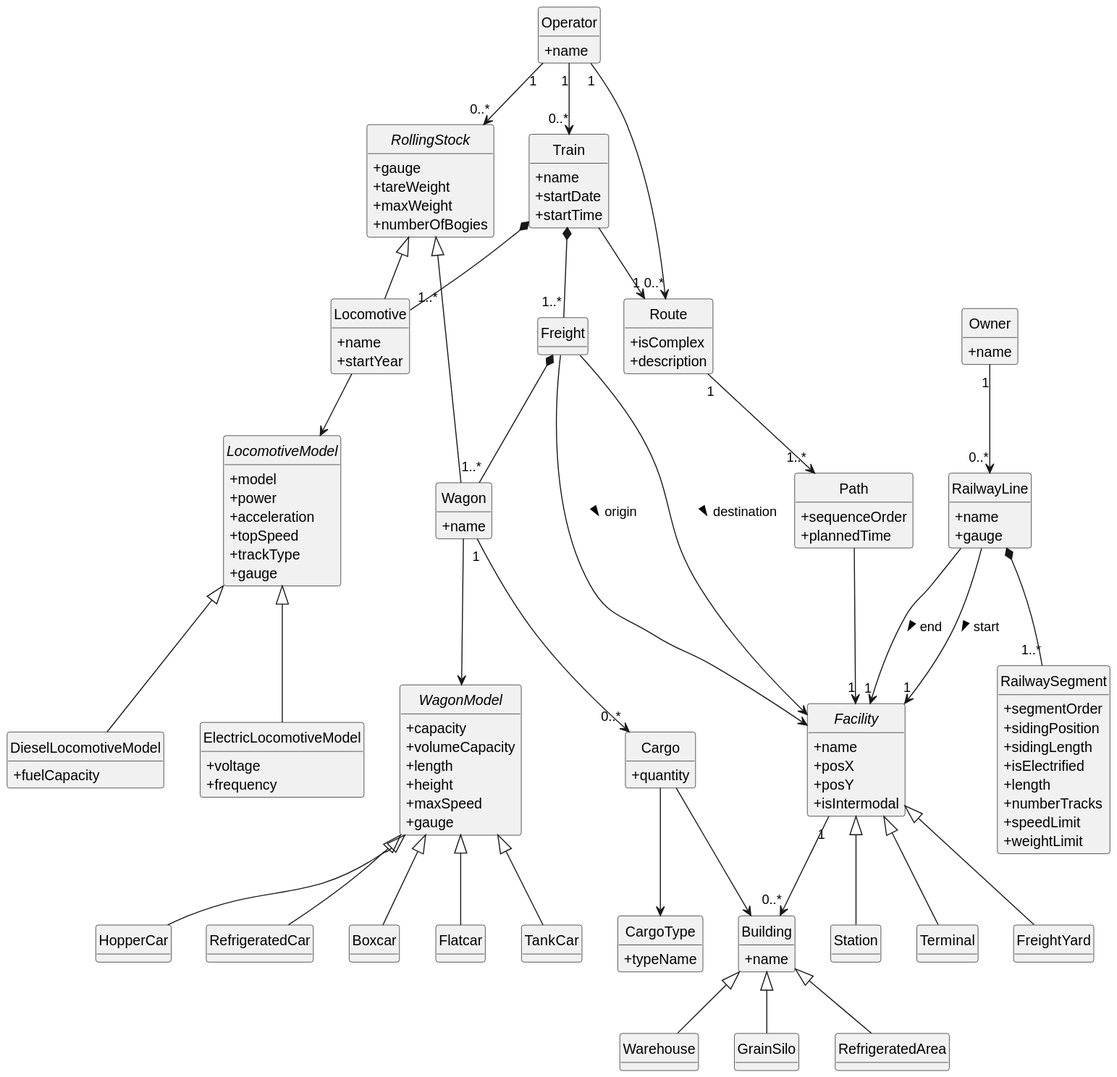
Above: doc/global-artifacts/02.analysis/svg/domain-model.svg in goncalolopesp/sem3-pi-25-26-g093-repo (PlantUML), before the change. Source of this version:
```plantuml
@startuml
hide circle
hide methods
skinparam monochrome true
skinparam classAttributeIconSize 0
skinparam shadowing false

abstract class Facility {
  +name
  +posX
  +posY
  +isIntermodal
}

class Station {}
class Terminal {}
class FreightYard {}

Facility <|-- Station
Facility <|-- Terminal
Facility <|-- FreightYard

class RailwayLine {
  +name
  +gauge
}

class RailwaySegment {
  +segmentOrder
  +sidingPosition
  +sidingLength
  +isElectrified
  +length
  +numberTracks
  +speedLimit
  +weightLimit
}

class Owner {
  +name
}

Owner "1" --> "0..*" RailwayLine
RailwayLine *-- "1..*" RailwaySegment
RailwayLine --> "1" Facility : start >
RailwayLine --> "1" Facility : end >

abstract class RollingStock {
  +gauge
  +tareWeight
  +maxWeight
  +numberOfBogies
}

class Locomotive {
  +name
  +startYear
}

class Wagon {
  +name
}

RollingStock <|-- Locomotive
RollingStock <|-- Wagon

abstract class LocomotiveModel {
  +model
  +power
  +acceleration
  +topSpeed
  +trackType
  +gauge
}

class DieselLocomotiveModel {
  +fuelCapacity
}

class ElectricLocomotiveModel {
  +voltage
  +frequency
}

LocomotiveModel <|-- DieselLocomotiveModel
LocomotiveModel <|-- ElectricLocomotiveModel
Locomotive --> LocomotiveModel

abstract class WagonModel {
  +capacity
  +volumeCapacity
  +length
  +height
  +maxSpeed
  +gauge
}

class Boxcar {}
class Flatcar {}
class TankCar {}
class HopperCar {}
class RefrigeratedCar {}

WagonModel <|-- Boxcar
WagonModel <|-- Flatcar
WagonModel <|-- TankCar
WagonModel <|-- HopperCar
WagonModel <|-- RefrigeratedCar
Wagon --> WagonModel

class Cargo {
  +quantity
}

class CargoType {
  +typeName
}

class Building {
  +name
}

class Warehouse {}
class GrainSilo {}
class RefrigeratedArea {}

Building <|-- Warehouse
Building <|-- GrainSilo
Building <|-- RefrigeratedArea

Facility "1" --> "0..*" Building
Cargo --> CargoType
Cargo --> Building

class Freight {}

Freight --> Facility : origin >
Freight --> Facility : destination >
Freight *-- "1..*" Wagon

class Train {
  +name
  +startDate
  +startTime
}

Train *-- "1..*" Locomotive
Train *-- "1..*" Freight

class Operator {
  +name
}

Operator "1" --> "0..*" Train

class Route {
  +isComplex
  +description
}

Operator "1" --> "0..*" Route
Train --> "1" Route

class Path {
  +sequenceOrder
  +plannedTime
}

Route "1" --> "1..*" Path
Path --> "1" Facility

Operator "1" --> "0..*" RollingStock
Wagon "1" --> "0..*" Cargo
@enduml
```
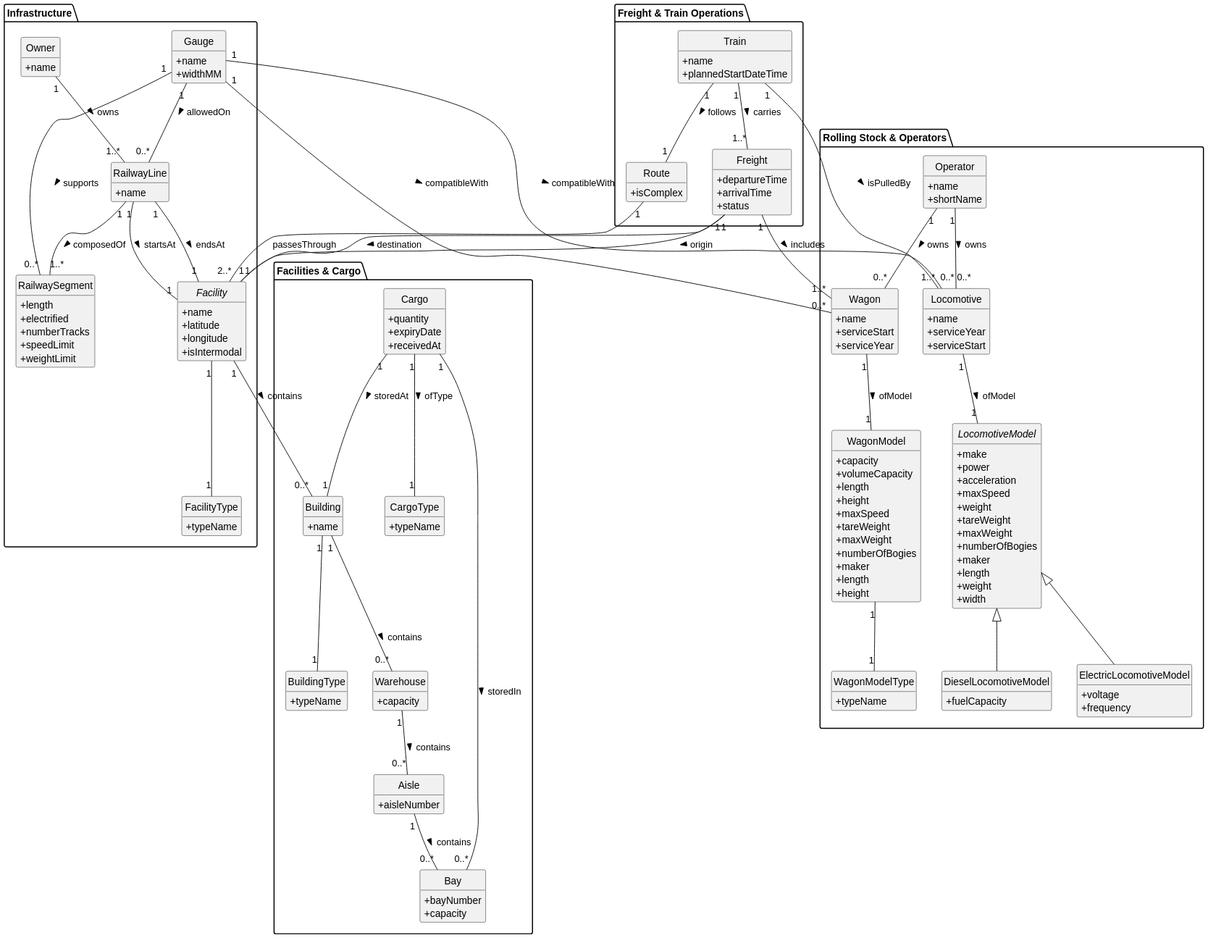
Above is the later version.

Commit message:
Domain Model UPDATE

The edit, as a diff of the source:
```diff
@@ -5,170 +5,208 @@
 skinparam classAttributeIconSize 0
 skinparam shadowing false
 
-abstract class Facility {
-  +name
-  +posX
-  +posY
-  +isIntermodal
+package "Infrastructure" {
+
+  abstract class Facility {
+    +name
+    +latitude
+    +longitude
+    +isIntermodal
+  }
+
+  class FacilityType{
+    +typeName
+  }
+
+ Facility "1" -- "1" FacilityType
+
+
+  class Owner {
+    +name
+  }
+
+  class Gauge {
+    +name
+    +widthMM
+  }
+
+  class RailwayLine {
+    +name
+  }
+
+  class RailwaySegment {
+    +length
+    +electrified
+    +numberTracks
+    +speedLimit
+    +weightLimit
+  }
+
+  Owner "1" -- "1..*" RailwayLine : owns >
+  RailwayLine "1" -- "1..*" RailwaySegment : composedOf >
+  RailwayLine "1" -- "1" Facility : startsAt >
+  RailwayLine "1" -- "1" Facility : endsAt >
+
+  Gauge "1" -- "0..*" RailwayLine : allowedOn >
+  Gauge "1" -- "0..*" RailwaySegment : supports >
+
+
 }
 
-class Station {}
-class Terminal {}
-class FreightYard {}
+package "Facilities & Cargo" {
 
-Facility <|-- Station
-Facility <|-- Terminal
-Facility <|-- FreightYard
+  class Building {
+    +name
+  }
 
-class RailwayLine {
-  +name
-  +gauge
+  class BuildingType{
+    +typeName
+  }
+
+  Building "1" -- "1" BuildingType
+
+  Facility "1" -- "0..*" Building : contains >
+
+  class Cargo {
+    +quantity
+    +expiryDate
+    +receivedAt
+  }
+
+  class CargoType {
+    +typeName
+  }
+
+  Cargo "1" -- "1" CargoType : ofType >
+  Cargo "1" -- "1" Building : storedAt >
+
+  class Warehouse {
+      +capacity
+    }
+
+    class Aisle {
+      +aisleNumber
+    }
+
+    class Bay {
+      +bayNumber
+      +capacity
+    }
+
+    Building "1" -- "0..*" Warehouse : contains >
+    Warehouse "1" -- "0..*" Aisle : contains >
+    Aisle "1" -- "0..*" Bay : contains >
+
+    Cargo "1" -- "0..*" Bay : storedIn >
 }
 
-class RailwaySegment {
-  +segmentOrder
-  +sidingPosition
-  +sidingLength
-  +isElectrified
-  +length
-  +numberTracks
-  +speedLimit
-  +weightLimit
+package "Rolling Stock & Operators" {
+
+  Gauge "1" -- "0..*" Locomotive : compatibleWith >
+  Gauge "1" -- "0..*" Wagon : compatibleWith >
+
+  class Operator {
+    +name
+    +shortName
+  }
+
+  class Locomotive {
+    +name
+    +serviceYear
+    +serviceStart
+  }
+
+  class Wagon {
+      +name
+      +serviceStart
+      +serviceYear
+  }
+
+
+
+  abstract class LocomotiveModel {
+    +make
+    +power
+    +acceleration
+    +maxSpeed
+    +weight
+    +tareWeight
+    +maxWeight
+    +numberOfBogies
+    +maker
+    +length
+    +weight
+    +width
+  }
+
+  class DieselLocomotiveModel {
+    +fuelCapacity
+  }
+
+  class ElectricLocomotiveModel {
+    +voltage
+    +frequency
+  }
+
+  LocomotiveModel <|-- DieselLocomotiveModel
+  LocomotiveModel <|-- ElectricLocomotiveModel
+
+  Locomotive "1" -- "1" LocomotiveModel : ofModel >
+
+  class WagonModel {
+    +capacity
+    +volumeCapacity
+    +length
+    +height
+    +maxSpeed
+    +tareWeight
+    +maxWeight
+    +numberOfBogies
+    +maker
+    +length
+    +height
+  }
+
+  class WagonModelType{
+    +typeName
+  }
+
+  WagonModel "1" -- "1" WagonModelType
+
+  Wagon "1" -- "1" WagonModel : ofModel >
+
+  Operator "1" -- "0..*" Locomotive : owns >
+  Operator "1" -- "0..*" Wagon : owns >
 }
 
-class Owner {
-  +name
+package "Freight & Train Operations" {
+
+  class Freight {
+    +departureTime
+    +arrivalTime
+    +status
+  }
+
+  Freight "1" -- "1" Facility : origin >
+  Freight "1" -- "1" Facility : destination >
+  Freight "1" -- "1..*" Wagon : includes >
+
+  class Train {
+    +name
+    +plannedStartDateTime
+  }
+
+  Train "1" -- "1..*" Locomotive : isPulledBy >
+
+  Train "1" -- "1..*" Freight : carries >
+
+
+  class Route {
+    +isComplex
+  }
+
+  Train "1" -- "1" Route : follows >
+  Route "1" -- "2..*" Facility : passesThrough
+
 }
-
-Owner "1" --> "0..*" RailwayLine
-RailwayLine *-- "1..*" RailwaySegment
-RailwayLine --> "1" Facility : start >
-RailwayLine --> "1" Facility : end >
-
-abstract class RollingStock {
-  +gauge
-  +tareWeight
-  +maxWeight
-  +numberOfBogies
-}
-
-class Locomotive {
-  +name
-  +startYear
-}
-
-class Wagon {
-  +name
-}
-
-RollingStock <|-- Locomotive
-RollingStock <|-- Wagon
-
-abstract class LocomotiveModel {
-  +model
-  +power
-  +acceleration
-  +topSpeed
-  +trackType
-  +gauge
-}
-
-class DieselLocomotiveModel {
-  +fuelCapacity
-}
-
-class ElectricLocomotiveModel {
-  +voltage
-  +frequency
-}
-
-LocomotiveModel <|-- DieselLocomotiveModel
-LocomotiveModel <|-- ElectricLocomotiveModel
-Locomotive --> LocomotiveModel
-
-abstract class WagonModel {
-  +capacity
-  +volumeCapacity
-  +length
-  +height
-  +maxSpeed
-  +gauge
-}
-
-class Boxcar {}
-class Flatcar {}
-class TankCar {}
-class HopperCar {}
-class RefrigeratedCar {}
-
-WagonModel <|-- Boxcar
-WagonModel <|-- Flatcar
-WagonModel <|-- TankCar
-WagonModel <|-- HopperCar
-WagonModel <|-- RefrigeratedCar
-Wagon --> WagonModel
-
-class Cargo {
-  +quantity
-}
-
-class CargoType {
-  +typeName
-}
-
-class Building {
-  +name
-}
-
-class Warehouse {}
-class GrainSilo {}
-class RefrigeratedArea {}
-
-Building <|-- Warehouse
-Building <|-- GrainSilo
-Building <|-- RefrigeratedArea
-
-Facility "1" --> "0..*" Building
-Cargo --> CargoType
-Cargo --> Building
-
-class Freight {}
-
-Freight --> Facility : origin >
-Freight --> Facility : destination >
-Freight *-- "1..*" Wagon
-
-class Train {
-  +name
-  +startDate
-  +startTime
-}
-
-Train *-- "1..*" Locomotive
-Train *-- "1..*" Freight
-
-class Operator {
-  +name
-}
-
-Operator "1" --> "0..*" Train
-
-class Route {
-  +isComplex
-  +description
-}
-
-Operator "1" --> "0..*" Route
-Train --> "1" Route
-
-class Path {
-  +sequenceOrder
-  +plannedTime
-}
-
-Route "1" --> "1..*" Path
-Path --> "1" Facility
-
-Operator "1" --> "0..*" RollingStock
-Wagon "1" --> "0..*" Cargo
 @enduml
```
